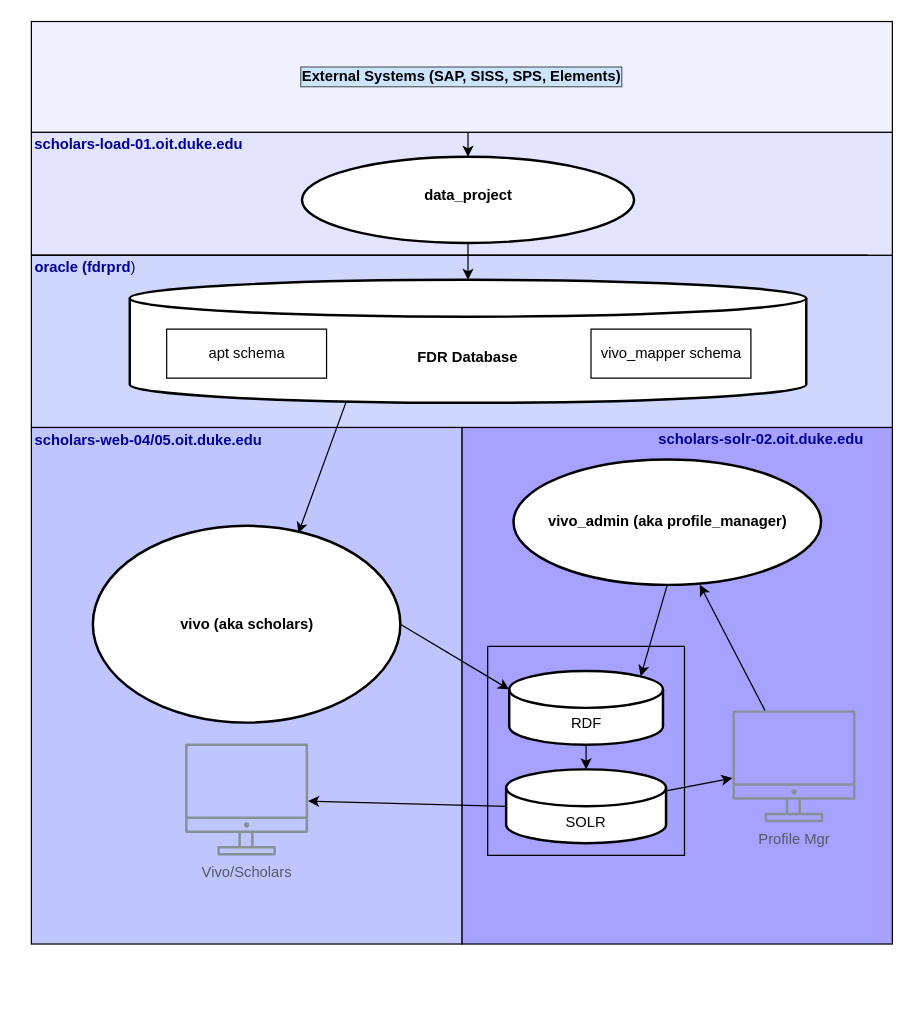
tibbs001/scholars keeps this draw.io diagram as Untitled Diagram.drawio. Above is the earlier version. Source tidied: cells renumbered, new cells numbered last; positions are measured from the earlier drawing's top-left corner, leaving out a move shared by most shapes. Both pictures are drawn from the tidied source at 123%, with x=0, y=0 at pixel (25, 21).
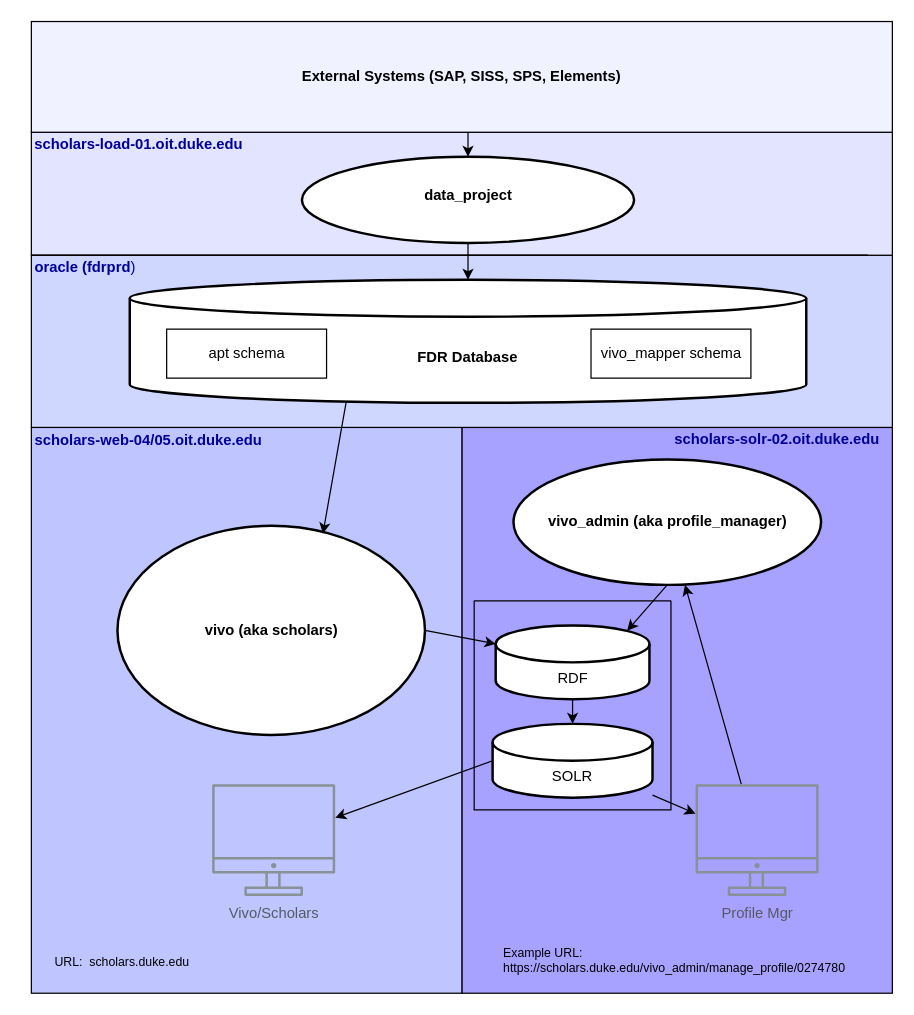
The same page after the edit.

Change to the diagram source:
```diff
@@
     <mxCell id="2" style="rounded=0;whiteSpace=wrap;html=1;fillColor=#A7A1FF;" parent="1" vertex="1">
-      <mxGeometry x="355" y="330" width="350" height="420" as="geometry" />
+      <mxGeometry x="355" y="330" width="350" height="460" as="geometry" />
     </mxCell>
     <mxCell id="3" style="rounded=0;whiteSpace=wrap;html=1;fillColor=#BFC6FF;" parent="1" vertex="1">
-      <mxGeometry x="5" y="330" width="350" height="420" as="geometry" />
+      <mxGeometry x="5" y="330" width="350" height="460" as="geometry" />
     </mxCell>
@@
-    <mxCell id="5" style="rounded=0;whiteSpace=wrap;html=1;labelBackgroundColor=#CCFFFF;fillColor=#E3E4FF;" parent="1" vertex="1">
+    <mxCell id="5" style="rounded=0;whiteSpace=wrap;html=1;labelBackgroundColor=none;fillColor=#E3E4FF;" parent="1" vertex="1">
       <mxGeometry x="5" y="90" width="700" height="100" as="geometry" />
     </mxCell>
@@
-    <mxCell id="8" value="&lt;b&gt;External Systems (SAP, SISS, SPS, Elements)&lt;/b&gt;" style="rounded=0;whiteSpace=wrap;html=1;labelBackgroundColor=#CCE5FF;labelBorderColor=#666666;fillColor=#F0F2FF;" parent="1" vertex="1">
+    <mxCell id="8" value="&lt;b&gt;External Systems (SAP, SISS, SPS, Elements)&lt;/b&gt;" style="rounded=0;whiteSpace=wrap;html=1;labelBackgroundColor=none;labelBorderColor=none;fillColor=#F0F2FF;" parent="1" vertex="1">
       <mxGeometry x="5" width="700" height="90" as="geometry" />
     </mxCell>
-    <mxCell id="9" value="Vivo/Scholars" style="sketch=0;outlineConnect=0;gradientColor=none;fontColor=#545B64;strokeColor=none;fillColor=#879196;dashed=0;verticalLabelPosition=bottom;verticalAlign=top;align=center;html=1;fontSize=12;fontStyle=0;shape=mxgraph.aws4.illustration_desktop;" parent="1" vertex="1">
-      <mxGeometry x="130" y="587" width="100" height="91" as="geometry" />
+    <mxCell id="9" value="&lt;div&gt;Vivo/Scholars&lt;/div&gt;" style="sketch=0;outlineConnect=0;gradientColor=none;fontColor=#545B64;strokeColor=none;fillColor=#879196;dashed=0;verticalLabelPosition=bottom;verticalAlign=top;align=center;html=1;fontSize=12;fontStyle=0;shape=mxgraph.aws4.illustration_desktop;" parent="1" vertex="1">
+      <mxGeometry x="152" y="620" width="100" height="91" as="geometry" />
     </mxCell>
-    <mxCell id="10" value="Profile Mgr" style="sketch=0;outlineConnect=0;gradientColor=none;fontColor=#545B64;strokeColor=none;fillColor=#879196;dashed=0;verticalLabelPosition=bottom;verticalAlign=top;align=center;html=1;fontSize=12;fontStyle=0;shape=mxgraph.aws4.illustration_desktop;" parent="1" vertex="1">
-      <mxGeometry x="575" y="560" width="100" height="91" as="geometry" />
+    <mxCell id="10" value="&lt;div&gt;Profile Mgr &lt;br&gt;&lt;/div&gt;" style="sketch=0;outlineConnect=0;gradientColor=none;fontColor=#545B64;strokeColor=none;fillColor=#879196;dashed=0;verticalLabelPosition=bottom;verticalAlign=top;align=center;html=1;fontSize=12;fontStyle=0;shape=mxgraph.aws4.illustration_desktop;" parent="1" vertex="1">
+      <mxGeometry x="545" y="620" width="100" height="91" as="geometry" />
     </mxCell>
@@
     <mxCell id="12" value="&lt;b&gt;vivo (aka scholars)&lt;/b&gt;" style="verticalLabelPosition=middle;verticalAlign=middle;html=1;shape=mxgraph.flowchart.on-page_reference;fontStyle=0;horizontal=1;labelPosition=center;align=center;strokeWidth=2;" parent="1" vertex="1">
-      <mxGeometry x="55" y="410" width="250" height="160" as="geometry" />
+      <mxGeometry x="75" y="410" width="250" height="170" as="geometry" />
     </mxCell>
@@
     <mxCell id="18" style="swimlane;startSize=0;" parent="1" vertex="1">
-      <mxGeometry x="376" y="508" width="160" height="170" as="geometry" />
+      <mxGeometry x="365" y="471" width="160" height="170" as="geometry" />
     </mxCell>
@@
     <mxCell id="28" value="&lt;div&gt;&lt;font color=&quot;#000099&quot;&gt;&lt;b&gt;scholars-solr-02.oit.duke.edu&lt;/b&gt;&lt;/font&gt;&lt;/div&gt;&lt;div&gt;&lt;font color=&quot;#000099&quot;&gt;&lt;b&gt;&lt;br&gt;&lt;/b&gt;&lt;/font&gt;&lt;/div&gt;" style="text;html=1;align=center;verticalAlign=middle;strokeColor=none;fillColor=none;" parent="1" vertex="1">
-      <mxGeometry x="508" y="332" width="180" height="30" as="geometry" />
+      <mxGeometry x="521" y="332" width="180" height="30" as="geometry" />
     </mxCell>
@@
+    <mxCell id="32" value="&lt;div style=&quot;font-size: 10px;&quot; align=&quot;left&quot;&gt;Example URL:&lt;/div&gt;&lt;div style=&quot;font-size: 10px;&quot;&gt;https://scholars.duke.edu/vivo_admin/manage_profile/0274780&lt;br style=&quot;font-size: 10px;&quot;&gt;&lt;/div&gt;" style="text;html=1;strokeColor=none;fillColor=none;align=center;verticalAlign=middle;whiteSpace=wrap;rounded=0;labelBackgroundColor=none;labelBorderColor=none;fontColor=#000000;fontSize=10;" parent="1" vertex="1">
+      <mxGeometry x="358" y="753" width="340" height="20" as="geometry" />
+    </mxCell>
+    <mxCell id="33" value="&lt;div style=&quot;font-size: 10px&quot;&gt;URL:&amp;nbsp; scholars.duke.edu&lt;br style=&quot;font-size: 10px&quot;&gt;&lt;/div&gt;" style="text;html=1;strokeColor=none;fillColor=none;align=center;verticalAlign=middle;whiteSpace=wrap;rounded=0;labelBackgroundColor=none;labelBorderColor=none;fontColor=#000000;fontSize=10;" parent="1" vertex="1">
+      <mxGeometry x="-3" y="759" width="164" height="10" as="geometry" />
+    </mxCell>
```
